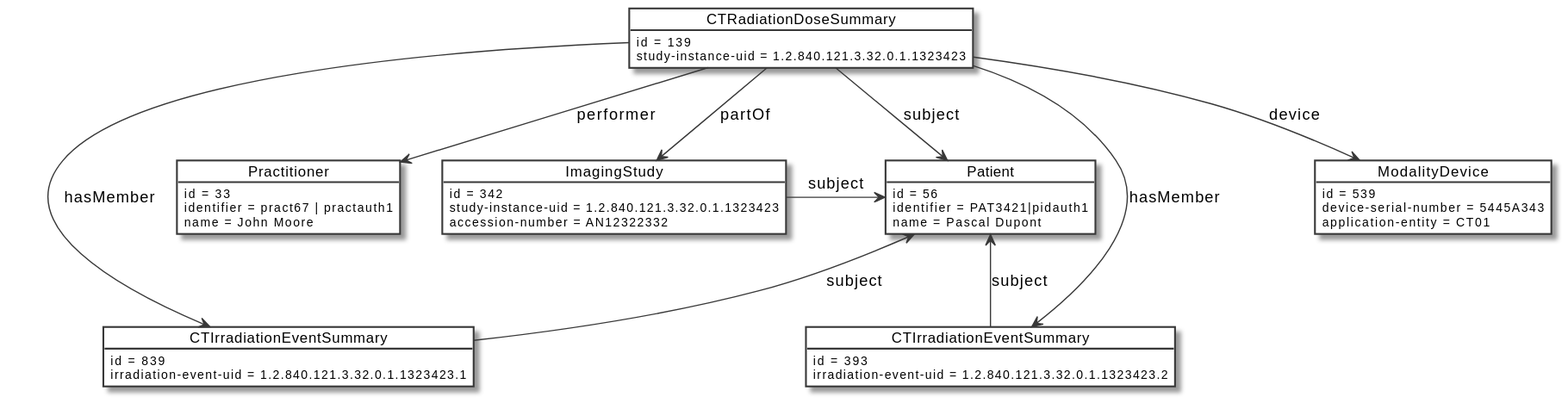
Earlier version of the PlantUML export input/images/example1.svg (HL7/fhir-radiation-dose-summary-ig). Its diagram source:
```plantuml
@startuml
skinparam monochrome true

object  CTRadiationDoseSummary #white {
  id = 139
  study-instance-uid = 1.2.840.121.3.32.0.1.1323423
}

object  Patient #white {
  id = 56
  identifier = PAT3421|pidauth1
  name = Pascal Dupont
}

object  ImagingStudy #white {
  id = 342
  study-instance-uid = 1.2.840.121.3.32.0.1.1323423
  accession-number = AN12322332
}

object  Practitioner #white {
  id = 33
  identifier = pract67 | practauth1
  name = John Moore
}

object  ModalityDevice #white {
  id = 539
  device-serial-number = 5445A343
  application-entity = CT01
}

object  "CTIrradiationEventSummary" as CTIrradiationEventSummary1  #white {
  id = 839
  irradiation-event-uid = 1.2.840.121.3.32.0.1.1323423.1
}

object  "CTIrradiationEventSummary" as CTIrradiationEventSummary2 #white {
  id = 393
  irradiation-event-uid = 1.2.840.121.3.32.0.1.1323423.2
}

CTRadiationDoseSummary -d-> Patient : "subject"
CTRadiationDoseSummary -d-> ImagingStudy : "partOf"
CTRadiationDoseSummary -d-> Practitioner : "performer"
CTRadiationDoseSummary -d-> ModalityDevice : "device"
CTRadiationDoseSummary -d-> CTIrradiationEventSummary1 : "hasMember"
CTRadiationDoseSummary -d-> CTIrradiationEventSummary2 : "hasMember"
Practitioner -[hidden]d-> CTIrradiationEventSummary1 : "hasMember"
Practitioner -[hidden]d-> CTIrradiationEventSummary2 : "hasMember"
CTIrradiationEventSummary1 -u-> Patient : "subject"
CTIrradiationEventSummary2 -u-> Patient : "subject"
ImagingStudy -> Patient : "subject"
@enduml
```
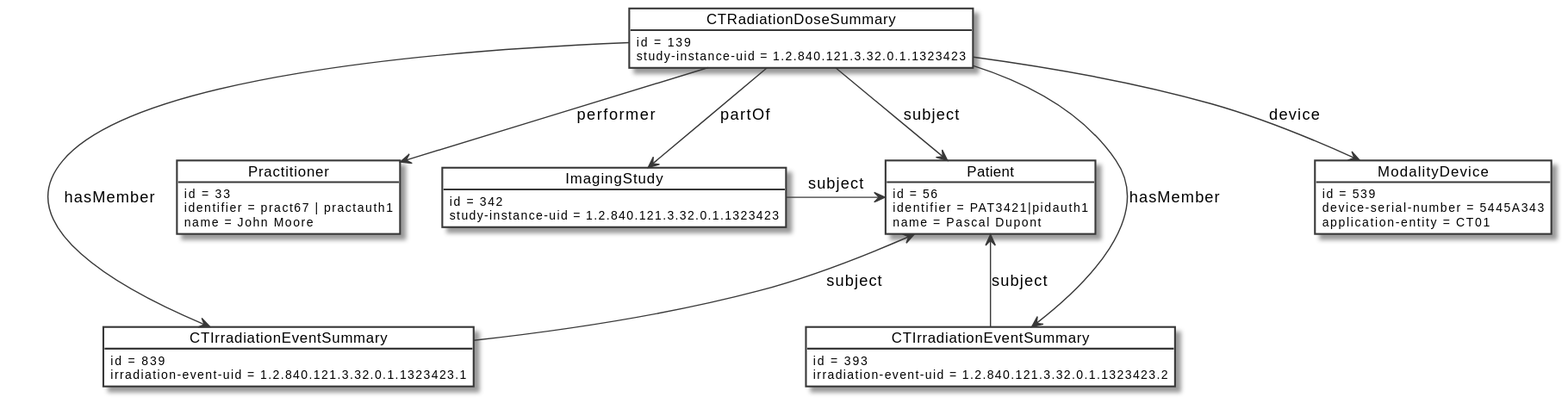
Later version of the same file.

Diff of the diagram source:
```diff
@@ -15,7 +15,6 @@
 object  ImagingStudy #white {
   id = 342
   study-instance-uid = 1.2.840.121.3.32.0.1.1323423
-  accession-number = AN12322332
 }
 
 object  Practitioner #white {
```
